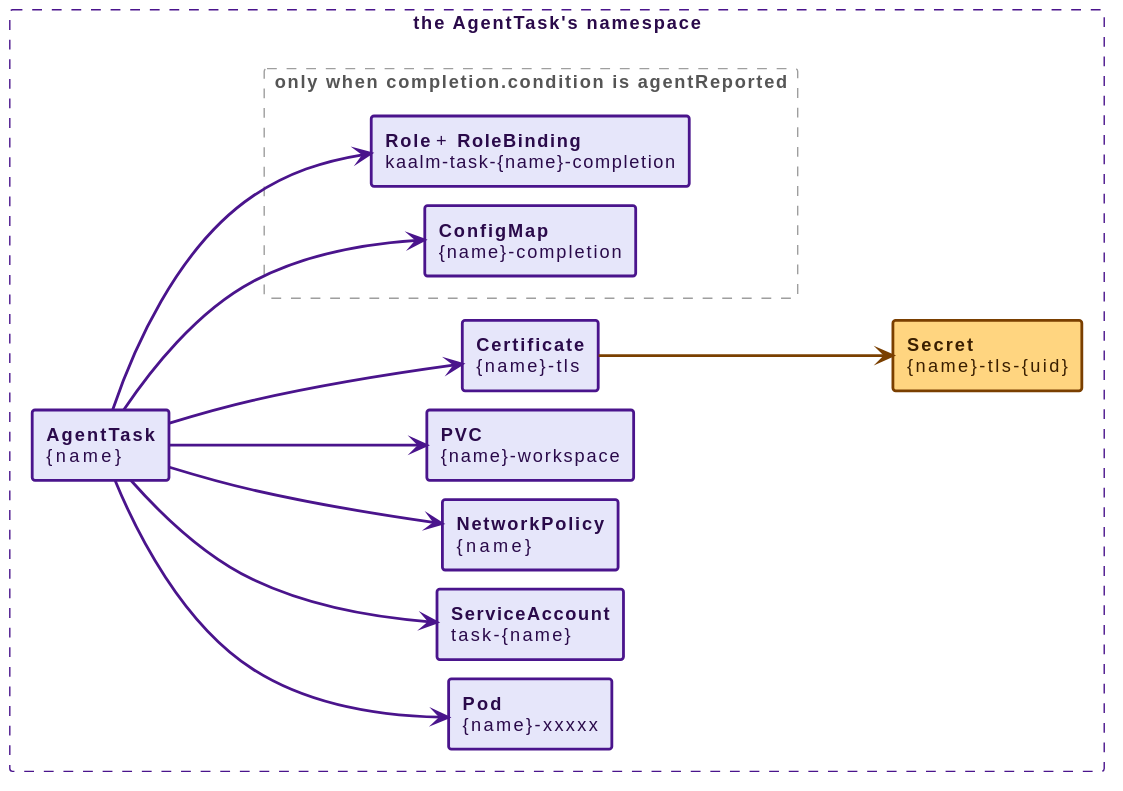
The PlantUML diagram docs/src/diagrams/child-resource-ownership-task.svg in win07xp/kaalm, before a commit. Source of this version:
```plantuml
@startuml
!include _style.puml
left to right direction

skinparam nodesep 14
skinparam ranksep 60
skinparam rectangle {
  roundCorner 4
}

rectangle "the AgentTask's namespace" as ns #line:4A148C;line.dashed;text:2a0a4a {
  rectangle "**AgentTask**\n{name}" as task #back:E6E6FA;line:4A148C;line.bold;text:2a0a4a
  rectangle "**Pod**\n{name}-xxxxx" as pod #back:E6E6FA;line:4A148C;line.bold;text:2a0a4a
  rectangle "**ServiceAccount**\ntask-{name}" as sa #back:E6E6FA;line:4A148C;line.bold;text:2a0a4a
  rectangle "**NetworkPolicy**\n{name}" as np #back:E6E6FA;line:4A148C;line.bold;text:2a0a4a
  rectangle "**PVC**\n{name}-workspace" as pvc #back:E6E6FA;line:4A148C;line.bold;text:2a0a4a
  rectangle "**Certificate**\n{name}-tls" as cert #back:E6E6FA;line:4A148C;line.bold;text:2a0a4a
  rectangle "**Secret**\n{name}-tls-{uid}" as secret #back:FFD580;line:7a3f00;line.bold;text:3a1f00
  rectangle "only when completion.condition is agentReported" as reported #line:9E9E9E;line.dashed;text:555555 {
    rectangle "**ConfigMap**\n{name}-completion" as cm #back:E6E6FA;line:4A148C;line.bold;text:2a0a4a
    rectangle "**Role** + **RoleBinding**\nkaalm-task-{name}-completion" as rbac #back:E6E6FA;line:4A148C;line.bold;text:2a0a4a
  }
}

task -[#4A148C,bold]-> pod
task -[#4A148C,bold]-> sa
task -[#4A148C,bold]-> np
task -[#4A148C,bold]-> pvc
task -[#4A148C,bold]-> cert
task -[#4A148C,bold]-> cm
task -[#4A148C,bold]-> rbac
cert -[#7a3f00,bold]-> secret
@enduml
```
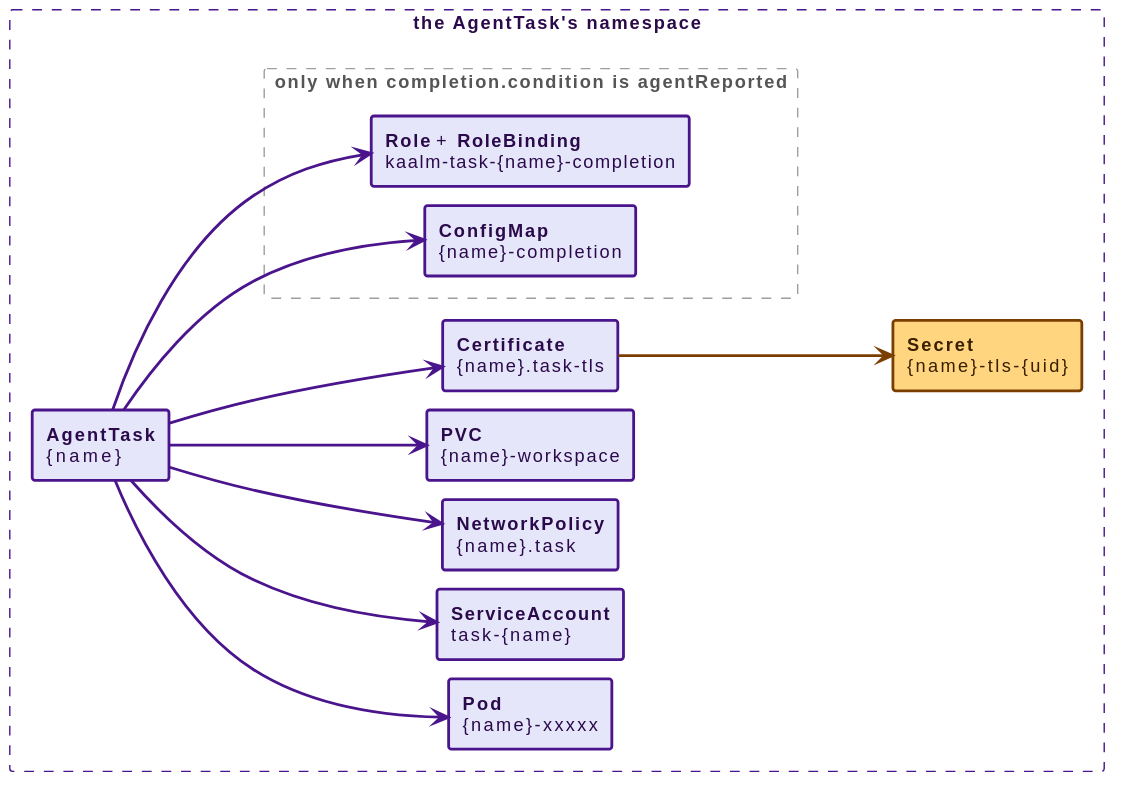
Above is the later version.

The edit, as a diff of the source:
```diff
@@ -12,9 +12,9 @@
   rectangle "**AgentTask**\n{name}" as task #back:E6E6FA;line:4A148C;line.bold;text:2a0a4a
   rectangle "**Pod**\n{name}-xxxxx" as pod #back:E6E6FA;line:4A148C;line.bold;text:2a0a4a
   rectangle "**ServiceAccount**\ntask-{name}" as sa #back:E6E6FA;line:4A148C;line.bold;text:2a0a4a
-  rectangle "**NetworkPolicy**\n{name}" as np #back:E6E6FA;line:4A148C;line.bold;text:2a0a4a
+  rectangle "**NetworkPolicy**\n{name}.task" as np #back:E6E6FA;line:4A148C;line.bold;text:2a0a4a
   rectangle "**PVC**\n{name}-workspace" as pvc #back:E6E6FA;line:4A148C;line.bold;text:2a0a4a
-  rectangle "**Certificate**\n{name}-tls" as cert #back:E6E6FA;line:4A148C;line.bold;text:2a0a4a
+  rectangle "**Certificate**\n{name}.task-tls" as cert #back:E6E6FA;line:4A148C;line.bold;text:2a0a4a
   rectangle "**Secret**\n{name}-tls-{uid}" as secret #back:FFD580;line:7a3f00;line.bold;text:3a1f00
   rectangle "only when completion.condition is agentReported" as reported #line:9E9E9E;line.dashed;text:555555 {
     rectangle "**ConfigMap**\n{name}-completion" as cm #back:E6E6FA;line:4A148C;line.bold;text:2a0a4a
```
